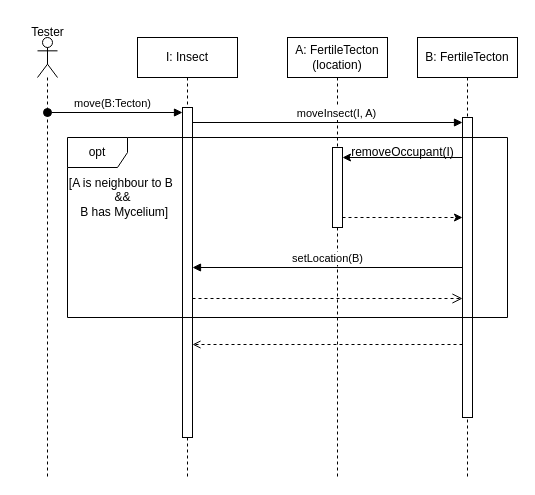
Above: page "InsectMoveSeq" (2 of 22) of BJ komm. és szekv. diagrammok.drawio in koharzsombor/bandITs (draw.io), before the change. Source tidied: cells renumbered, new cells numbered last; positions are measured from the earlier drawing's top-left corner, leaving out a move shared by most shapes. Both pictures are drawn from the tidied source at 100%, with x=0, y=0 at pixel (17, 17).
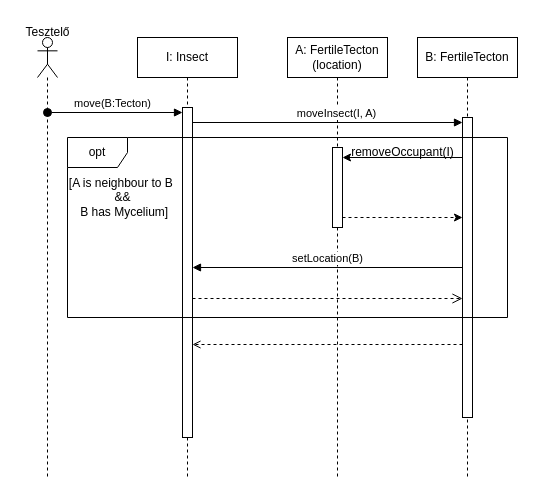
The same page after the edit.

Diff of the diagram source:
```diff
@@
-    <mxCell id="15" value="Tester" style="text;html=1;align=center;verticalAlign=middle;strokeColor=none;fillColor=none;" parent="1" vertex="1">
+    <mxCell id="15" value="Tesztelő" style="text;html=1;align=center;verticalAlign=middle;strokeColor=none;fillColor=none;" parent="1" vertex="1">
       <mxGeometry width="60" height="30" as="geometry" />
     </mxCell>
```
